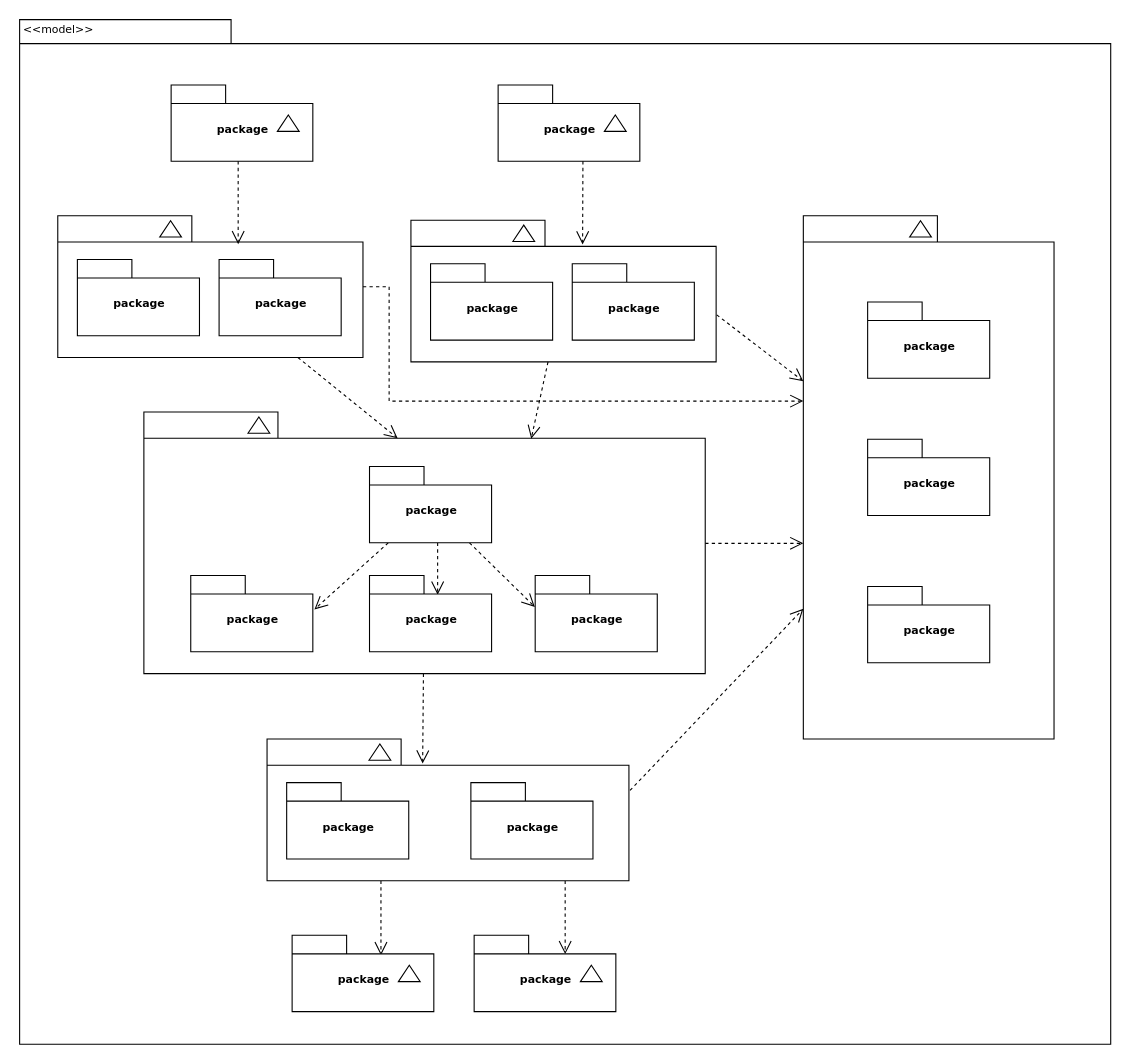
The draw.io diagram static/Untitled Diagram.drawio in afomike/Accidental-Fall, before the edit. Source tidied: cells renumbered, new cells numbered last; positions are measured from the earlier drawing's top-left corner, leaving out a move shared by most shapes. Both pictures are drawn from the tidied source at 109%, with x=0, y=0 at pixel (19, 19).
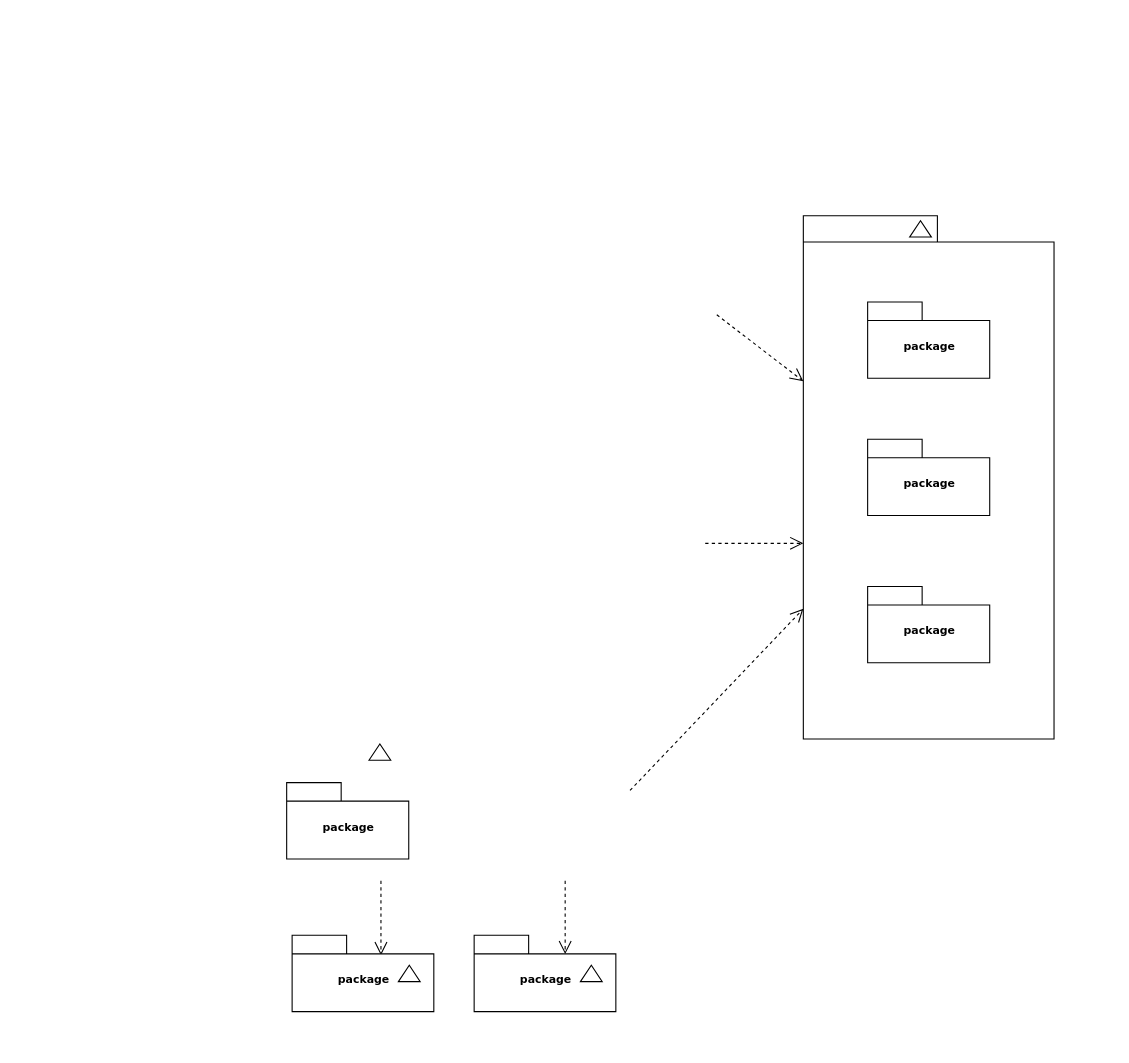
After the change.

Commit message:
Architectural Design

The change refers to these unchanged cells:
```xml
<mxCell id="21" style="shape=folder;fontStyle=1;spacingTop=10;tabWidth=123;tabHeight=24;tabPosition=left;html=1;rounded=0;shadow=0;comic=0;labelBackgroundColor=none;strokeWidth=1;fontFamily=Verdana;fontSize=10;align=center;" parent="20" vertex="1">
  <mxGeometry width="230" height="480" as="geometry" />
</mxCell>
<mxCell id="45" value="package" style="shape=folder;fontStyle=1;spacingTop=10;tabWidth=50;tabHeight=17;tabPosition=left;html=1;rounded=0;shadow=0;comic=0;labelBackgroundColor=none;strokeWidth=1;fontFamily=Verdana;fontSize=10;align=center;" parent="44" vertex="1">
  <mxGeometry width="130" height="70" as="geometry" />
</mxCell>
<mxCell id="48" value="package" style="shape=folder;fontStyle=1;spacingTop=10;tabWidth=50;tabHeight=17;tabPosition=left;html=1;rounded=0;shadow=0;comic=0;labelBackgroundColor=none;strokeWidth=1;fontFamily=Verdana;fontSize=10;align=center;" parent="47" vertex="1">
  <mxGeometry width="130" height="70" as="geometry" />
</mxCell>
```

Change to the diagram source:
```diff
@@
-    <mxCell id="2" style="shape=folder;fontStyle=1;spacingTop=10;tabWidth=194;tabHeight=22;tabPosition=left;html=1;rounded=0;shadow=0;comic=0;labelBackgroundColor=none;strokeWidth=1;fillColor=none;fontFamily=Verdana;fontSize=10;align=center;" parent="1" vertex="1">
-      <mxGeometry x="0.5" y="0.5" width="1001" height="940" as="geometry" />
-    </mxCell>
-    <mxCell id="3" style="group;" parent="1" vertex="1">
-      <mxGeometry x="139.5" y="60.5" width="130" height="70" as="geometry" />
-    </mxCell>
-    <mxCell id="4" value="package" style="shape=folder;fontStyle=1;spacingTop=10;tabWidth=50;tabHeight=17;tabPosition=left;html=1;rounded=0;shadow=0;comic=0;labelBackgroundColor=none;strokeWidth=1;fontFamily=Verdana;fontSize=10;align=center;" parent="3" vertex="1">
-      <mxGeometry width="130" height="70" as="geometry" />
-    </mxCell>
-    <mxCell id="5" style="triangle;whiteSpace=wrap;html=1;rounded=0;shadow=0;comic=0;labelBackgroundColor=none;strokeWidth=1;fontFamily=Verdana;fontSize=10;align=center;rotation=-90;" parent="3" vertex="1">
-      <mxGeometry x="100" y="25" width="15" height="20" as="geometry" />
-    </mxCell>
-    <mxCell id="6" style="group;" parent="1" vertex="1">
-      <mxGeometry x="439.5" y="60.5" width="130" height="70" as="geometry" />
-    </mxCell>
-    <mxCell id="7" value="package" style="shape=folder;fontStyle=1;spacingTop=10;tabWidth=50;tabHeight=17;tabPosition=left;html=1;rounded=0;shadow=0;comic=0;labelBackgroundColor=none;strokeWidth=1;fontFamily=Verdana;fontSize=10;align=center;" parent="6" vertex="1">
-      <mxGeometry width="130" height="70" as="geometry" />
-    </mxCell>
-    <mxCell id="8" style="triangle;whiteSpace=wrap;html=1;rounded=0;shadow=0;comic=0;labelBackgroundColor=none;strokeWidth=1;fontFamily=Verdana;fontSize=10;align=center;rotation=-90;" parent="6" vertex="1">
-      <mxGeometry x="100" y="25" width="15" height="20" as="geometry" />
-    </mxCell>
-    <mxCell id="9" style="group;" parent="1" vertex="1">
-      <mxGeometry x="35.5" y="180.5" width="280" height="130" as="geometry" />
-    </mxCell>
-    <mxCell id="10" style="shape=folder;fontStyle=1;spacingTop=10;tabWidth=123;tabHeight=24;tabPosition=left;html=1;rounded=0;shadow=0;comic=0;labelBackgroundColor=none;strokeWidth=1;fontFamily=Verdana;fontSize=10;align=center;" parent="9" vertex="1">
-      <mxGeometry width="280" height="130" as="geometry" />
-    </mxCell>
-    <mxCell id="11" style="triangle;whiteSpace=wrap;html=1;rounded=0;shadow=0;comic=0;labelBackgroundColor=none;strokeWidth=1;fontFamily=Verdana;fontSize=10;align=center;rotation=-90;" parent="9" vertex="1">
-      <mxGeometry x="96" y="2" width="15" height="20" as="geometry" />
-    </mxCell>
-    <mxCell id="12" value="package" style="shape=folder;fontStyle=1;spacingTop=10;tabWidth=50;tabHeight=17;tabPosition=left;html=1;rounded=0;shadow=0;comic=0;labelBackgroundColor=none;strokeWidth=1;fontFamily=Verdana;fontSize=10;align=center;" parent="9" vertex="1">
-      <mxGeometry x="18" y="40" width="112" height="70" as="geometry" />
-    </mxCell>
-    <mxCell id="13" value="package" style="shape=folder;fontStyle=1;spacingTop=10;tabWidth=50;tabHeight=17;tabPosition=left;html=1;rounded=0;shadow=0;comic=0;labelBackgroundColor=none;strokeWidth=1;fontFamily=Verdana;fontSize=10;align=center;" parent="9" vertex="1">
-      <mxGeometry x="148" y="40" width="112" height="70" as="geometry" />
-    </mxCell>
-    <mxCell id="14" style="group;" parent="1" vertex="1">
-      <mxGeometry x="359.5" y="184.5" width="280" height="130" as="geometry" />
-    </mxCell>
-    <mxCell id="15" style="shape=folder;fontStyle=1;spacingTop=10;tabWidth=123;tabHeight=24;tabPosition=left;html=1;rounded=0;shadow=0;comic=0;labelBackgroundColor=none;strokeWidth=1;fontFamily=Verdana;fontSize=10;align=center;" parent="14" vertex="1">
-      <mxGeometry width="280" height="130" as="geometry" />
-    </mxCell>
-    <mxCell id="16" style="triangle;whiteSpace=wrap;html=1;rounded=0;shadow=0;comic=0;labelBackgroundColor=none;strokeWidth=1;fontFamily=Verdana;fontSize=10;align=center;rotation=-90;" parent="14" vertex="1">
-      <mxGeometry x="96" y="2" width="15" height="20" as="geometry" />
-    </mxCell>
-    <mxCell id="17" value="package" style="shape=folder;fontStyle=1;spacingTop=10;tabWidth=50;tabHeight=17;tabPosition=left;html=1;rounded=0;shadow=0;comic=0;labelBackgroundColor=none;strokeWidth=1;fontFamily=Verdana;fontSize=10;align=center;" parent="14" vertex="1">
-      <mxGeometry x="18" y="40" width="112" height="70" as="geometry" />
-    </mxCell>
-    <mxCell id="18" value="package" style="shape=folder;fontStyle=1;spacingTop=10;tabWidth=50;tabHeight=17;tabPosition=left;html=1;rounded=0;shadow=0;comic=0;labelBackgroundColor=none;strokeWidth=1;fontFamily=Verdana;fontSize=10;align=center;" parent="14" vertex="1">
-      <mxGeometry x="148" y="40" width="112" height="70" as="geometry" />
-    </mxCell>
@@
-    <mxCell id="26" style="edgeStyle=none;rounded=0;html=1;entryX=0.43;entryY=0.173;entryPerimeter=0;dashed=1;labelBackgroundColor=none;startFill=0;endArrow=open;endFill=0;endSize=10;fontFamily=Verdana;fontSize=10;" parent="1" edge="1" source="28" target="39">
-      <mxGeometry relative="1" as="geometry" />
-    </mxCell>
-    <mxCell id="27" style="edgeStyle=elbowEdgeStyle;rounded=0;html=1;dashed=1;labelBackgroundColor=none;startFill=0;endArrow=open;endFill=0;endSize=10;fontFamily=Verdana;fontSize=10;elbow=vertical;" parent="1" edge="1" source="28" target="21">
-      <mxGeometry relative="1" as="geometry" />
+    <mxCell id="27" style="edgeStyle=elbowEdgeStyle;rounded=0;html=1;dashed=1;labelBackgroundColor=none;startFill=0;endArrow=open;endFill=0;endSize=10;fontFamily=Verdana;fontSize=10;elbow=vertical;" parent="1" edge="1" target="21">
+      <mxGeometry relative="1" as="geometry">
+        <mxPoint x="629.5" y="481" as="sourcePoint" />
+      </mxGeometry>
     </mxCell>
-    <mxCell id="28" style="shape=folder;fontStyle=1;spacingTop=10;tabWidth=123;tabHeight=24;tabPosition=left;html=1;rounded=0;shadow=0;comic=0;labelBackgroundColor=none;strokeColor=#000000;strokeWidth=1;fillColor=#ffffff;fontFamily=Verdana;fontSize=10;fontColor=#000000;align=center;" parent="1" vertex="1">
-      <mxGeometry x="114.5" y="360.5" width="515" height="240" as="geometry" />
-    </mxCell>
-    <mxCell id="29" style="edgeStyle=elbowEdgeStyle;rounded=0;html=1;entryX=0.559;entryY=0.251;entryPerimeter=0;dashed=1;labelBackgroundColor=none;startFill=0;endArrow=open;endFill=0;endSize=10;fontFamily=Verdana;fontSize=10;" parent="1" edge="1" source="32" target="34">
-      <mxGeometry relative="1" as="geometry" />
-    </mxCell>
-    <mxCell id="30" style="edgeStyle=none;rounded=0;html=1;dashed=1;labelBackgroundColor=none;startFill=0;endArrow=open;endFill=0;endSize=10;fontFamily=Verdana;fontSize=10;entryX=-0.003;entryY=0.411;entryPerimeter=0;" parent="1" edge="1" source="32" target="35">
-      <mxGeometry relative="1" as="geometry" />
-    </mxCell>
-    <mxCell id="31" style="edgeStyle=none;rounded=0;html=1;dashed=1;labelBackgroundColor=none;startFill=0;endArrow=open;endFill=0;endSize=10;fontFamily=Verdana;fontSize=10;entryX=1.013;entryY=0.444;entryPerimeter=0;" parent="1" edge="1" source="32" target="33">
-      <mxGeometry relative="1" as="geometry" />
-    </mxCell>
-    <mxCell id="32" value="package" style="shape=folder;fontStyle=1;spacingTop=10;tabWidth=50;tabHeight=17;tabPosition=left;html=1;rounded=0;shadow=0;comic=0;labelBackgroundColor=none;strokeColor=#000000;strokeWidth=1;fillColor=#ffffff;fontFamily=Verdana;fontSize=10;fontColor=#000000;align=center;" parent="1" vertex="1">
-      <mxGeometry x="321.5" y="410.5" width="112" height="70" as="geometry" />
-    </mxCell>
-    <mxCell id="33" value="package" style="shape=folder;fontStyle=1;spacingTop=10;tabWidth=50;tabHeight=17;tabPosition=left;html=1;rounded=0;shadow=0;comic=0;labelBackgroundColor=none;strokeColor=#000000;strokeWidth=1;fillColor=#ffffff;fontFamily=Verdana;fontSize=10;fontColor=#000000;align=center;" parent="1" vertex="1">
-      <mxGeometry x="157.5" y="510.5" width="112" height="70" as="geometry" />
-    </mxCell>
-    <mxCell id="34" value="package" style="shape=folder;fontStyle=1;spacingTop=10;tabWidth=50;tabHeight=17;tabPosition=left;html=1;rounded=0;shadow=0;comic=0;labelBackgroundColor=none;strokeColor=#000000;strokeWidth=1;fillColor=#ffffff;fontFamily=Verdana;fontSize=10;fontColor=#000000;align=center;" parent="1" vertex="1">
-      <mxGeometry x="321.5" y="510.5" width="112" height="70" as="geometry" />
-    </mxCell>
-    <mxCell id="35" value="package" style="shape=folder;fontStyle=1;spacingTop=10;tabWidth=50;tabHeight=17;tabPosition=left;html=1;rounded=0;shadow=0;comic=0;labelBackgroundColor=none;strokeColor=#000000;strokeWidth=1;fillColor=#ffffff;fontFamily=Verdana;fontSize=10;fontColor=#000000;align=center;" parent="1" vertex="1">
-      <mxGeometry x="473.5" y="510.5" width="112" height="70" as="geometry" />
-    </mxCell>
-    <mxCell id="36" style="edgeStyle=elbowEdgeStyle;rounded=0;html=1;entryX=0.628;entryY=0.26;entryPerimeter=0;dashed=1;labelBackgroundColor=none;startFill=0;endArrow=open;endFill=0;endSize=10;fontFamily=Verdana;fontSize=10;" parent="1" edge="1" source="39" target="45">
-      <mxGeometry relative="1" as="geometry" />
+    <mxCell id="36" style="edgeStyle=elbowEdgeStyle;rounded=0;html=1;entryX=0.628;entryY=0.26;entryPerimeter=0;dashed=1;labelBackgroundColor=none;startFill=0;endArrow=open;endFill=0;endSize=10;fontFamily=Verdana;fontSize=10;" parent="1" edge="1" target="45">
+      <mxGeometry relative="1" as="geometry">
+        <mxPoint x="332" y="790.5" as="sourcePoint" />
+      </mxGeometry>
     </mxCell>
-    <mxCell id="37" style="edgeStyle=elbowEdgeStyle;rounded=0;html=1;entryX=0.643;entryY=0.246;entryPerimeter=0;dashed=1;labelBackgroundColor=none;startFill=0;endArrow=open;endFill=0;endSize=10;fontFamily=Verdana;fontSize=10;" parent="1" edge="1" source="39" target="48">
-      <mxGeometry relative="1" as="geometry" />
+    <mxCell id="37" style="edgeStyle=elbowEdgeStyle;rounded=0;html=1;entryX=0.643;entryY=0.246;entryPerimeter=0;dashed=1;labelBackgroundColor=none;startFill=0;endArrow=open;endFill=0;endSize=10;fontFamily=Verdana;fontSize=10;" parent="1" edge="1" target="48">
+      <mxGeometry relative="1" as="geometry">
+        <mxPoint x="501" y="790.5" as="sourcePoint" />
+      </mxGeometry>
     </mxCell>
-    <mxCell id="38" style="edgeStyle=none;rounded=0;html=1;dashed=1;labelBackgroundColor=none;startFill=0;endArrow=open;endFill=0;endSize=10;fontFamily=Verdana;fontSize=10;exitX=1.003;exitY=0.363;exitPerimeter=0;" parent="1" edge="1" source="39" target="21">
-      <mxGeometry relative="1" as="geometry" />
+    <mxCell id="38" style="edgeStyle=none;rounded=0;html=1;dashed=1;labelBackgroundColor=none;startFill=0;endArrow=open;endFill=0;endSize=10;fontFamily=Verdana;fontSize=10;exitX=1.003;exitY=0.363;exitPerimeter=0;" parent="1" edge="1" target="21">
+      <mxGeometry relative="1" as="geometry">
+        <mxPoint x="560.5" y="707.7" as="sourcePoint" />
+      </mxGeometry>
     </mxCell>
-    <mxCell id="39" style="shape=folder;fontStyle=1;spacingTop=10;tabWidth=123;tabHeight=24;tabPosition=left;html=1;rounded=0;shadow=0;comic=0;labelBackgroundColor=none;strokeWidth=1;fontFamily=Verdana;fontSize=10;align=center;" parent="1" vertex="1">
-      <mxGeometry x="227.5" y="660.5" width="332" height="130" as="geometry" />
-    </mxCell>
@@
-    <mxCell id="42" value="package" style="shape=folder;fontStyle=1;spacingTop=10;tabWidth=50;tabHeight=17;tabPosition=left;html=1;rounded=0;shadow=0;comic=0;labelBackgroundColor=none;strokeWidth=1;fontFamily=Verdana;fontSize=10;align=center;" parent="1" vertex="1">
-      <mxGeometry x="414.5" y="700.5" width="112" height="70" as="geometry" />
-    </mxCell>
-    <mxCell id="43" style="triangle;whiteSpace=wrap;html=1;rounded=0;shadow=0;comic=0;labelBackgroundColor=none;strokeColor=#000000;strokeWidth=1;fillColor=#ffffff;fontFamily=Verdana;fontSize=10;fontColor=#000000;align=center;rotation=-90;" parent="1" vertex="1">
-      <mxGeometry x="212.5" y="362.5" width="15" height="20" as="geometry" />
-    </mxCell>
@@
-    <mxCell id="50" style="rounded=0;html=1;dashed=1;labelBackgroundColor=none;startFill=0;endArrow=open;endFill=0;endSize=10;fontFamily=Verdana;fontSize=10;entryX=0.592;entryY=0.2;entryPerimeter=0;edgeStyle=elbowEdgeStyle;" parent="1" edge="1" source="4" target="10">
-      <mxGeometry relative="1" as="geometry" />
-    </mxCell>
-    <mxCell id="51" style="rounded=0;html=1;dashed=1;labelBackgroundColor=none;startFill=0;endArrow=open;endFill=0;endSize=10;fontFamily=Verdana;fontSize=10;entryX=0.592;entryY=0.2;entryPerimeter=0;edgeStyle=elbowEdgeStyle;" parent="1" edge="1">
-      <mxGeometry relative="1" as="geometry">
-        <mxPoint x="517.3" y="130.5" as="sourcePoint" />
-        <mxPoint x="517.3" y="206.8" as="targetPoint" />
-      </mxGeometry>
-    </mxCell>
-    <mxCell id="52" style="rounded=0;html=1;entryX=0.452;entryY=0.1;entryPerimeter=0;dashed=1;labelBackgroundColor=none;startFill=0;endArrow=open;endFill=0;endSize=10;fontFamily=Verdana;fontSize=10;" parent="1" edge="1" source="10" target="28">
-      <mxGeometry relative="1" as="geometry" />
-    </mxCell>
-    <mxCell id="53" style="edgeStyle=none;rounded=0;html=1;entryX=0.69;entryY=0.102;entryPerimeter=0;dashed=1;labelBackgroundColor=none;startFill=0;endArrow=open;endFill=0;endSize=10;fontFamily=Verdana;fontSize=10;" parent="1" edge="1" source="15" target="28">
-      <mxGeometry relative="1" as="geometry" />
-    </mxCell>
-    <mxCell id="54" style="edgeStyle=none;rounded=0;html=1;dashed=1;labelBackgroundColor=none;startFill=0;endArrow=open;endFill=0;endSize=10;fontFamily=Verdana;fontSize=10;exitX=1.002;exitY=0.668;exitPerimeter=0;" parent="1" edge="1" source="15" target="21">
-      <mxGeometry relative="1" as="geometry" />
+    <mxCell id="54" style="edgeStyle=none;rounded=0;html=1;dashed=1;labelBackgroundColor=none;startFill=0;endArrow=open;endFill=0;endSize=10;fontFamily=Verdana;fontSize=10;exitX=1.002;exitY=0.668;exitPerimeter=0;" parent="1" edge="1" target="21">
+      <mxGeometry relative="1" as="geometry">
+        <mxPoint x="640.1" y="271.3" as="sourcePoint" />
+      </mxGeometry>
     </mxCell>
-    <mxCell id="55" style="edgeStyle=orthogonalEdgeStyle;rounded=0;html=1;dashed=1;labelBackgroundColor=none;startFill=0;endArrow=open;endFill=0;endSize=10;fontFamily=Verdana;fontSize=10;" parent="1" edge="1" source="10" target="21">
-      <mxGeometry relative="1" as="geometry">
-        <Array as="points">
-          <mxPoint x="339.5" y="245.5" />
-          <mxPoint x="339.5" y="350.5" />
-        </Array>
-      </mxGeometry>
-    </mxCell>
-    <mxCell id="56" value="&amp;lt;&amp;lt;model&amp;gt;&amp;gt;" style="text;html=1;align=left;verticalAlign=top;spacingTop=-4;fontSize=10;fontFamily=Verdana;" parent="1" vertex="1">
-      <mxGeometry x="1.5" y="0.5" width="130" height="20" as="geometry" />
-    </mxCell>
```
